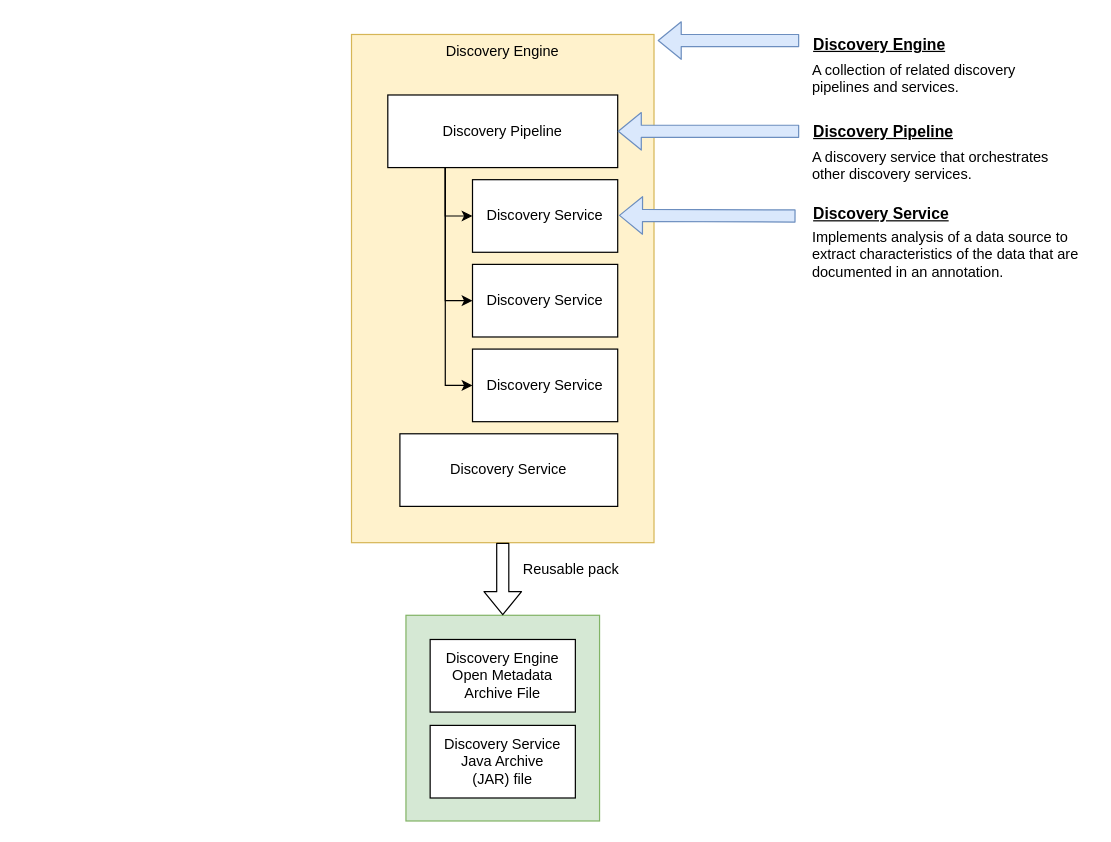
This is page "discovery-engine" (1 of 4) of open-metadata-implementation/governance-servers/discovery-engine-services/docs/open-discovery.drawio from planetf1/egeria, a draw.io file, before an edit. Source tidied: cells renumbered, new cells numbered last; positions are measured from the earlier drawing's top-left corner, leaving out a move shared by most shapes. Both pictures are drawn from the tidied source at 121%, with x=0, y=0 at pixel (351, 31).
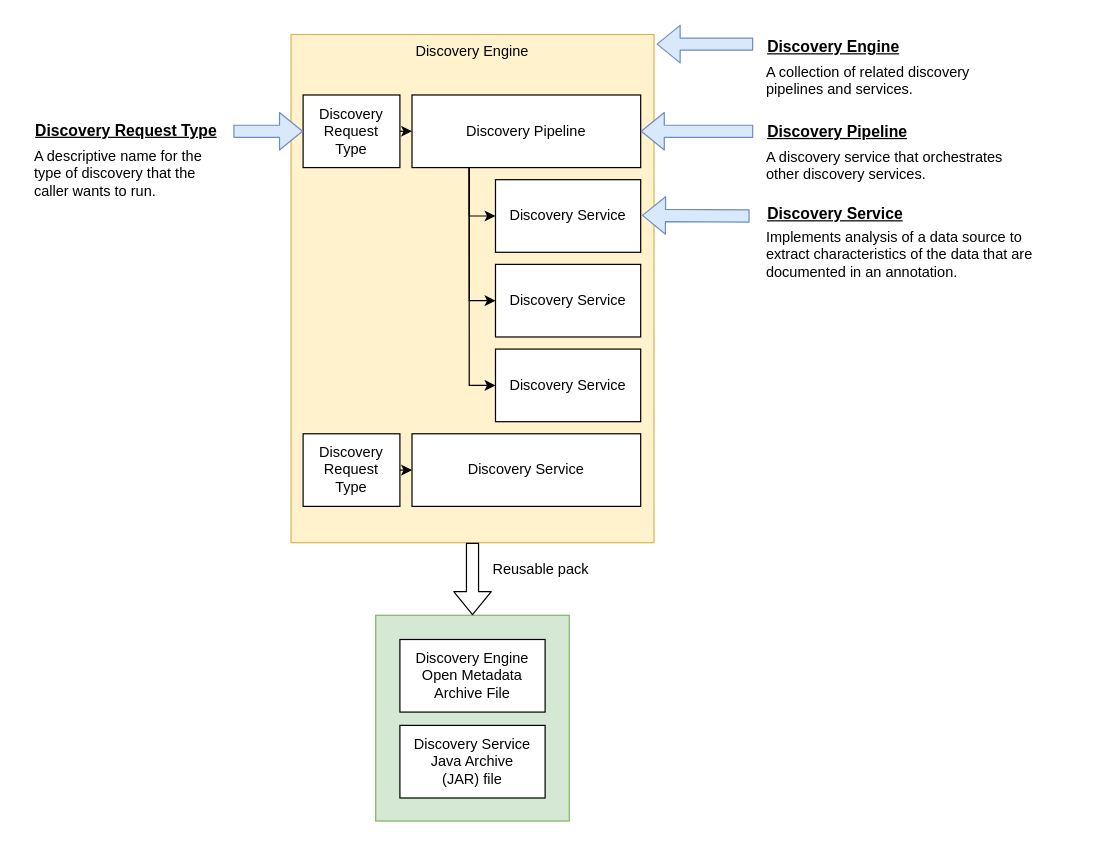
The same diagram, later.

Diff of the diagram source:
```diff
@@
     <mxCell id="2" style="rounded=0;whiteSpace=wrap;html=1;align=right;fillColor=#d5e8d4;strokeColor=#82b366;" parent="1" vertex="1">
-      <mxGeometry x="45" y="482" width="160" height="170" as="geometry" />
+      <mxGeometry x="20" y="482" width="160" height="170" as="geometry" />
     </mxCell>
     <mxCell id="3" value="Discovery Engine" style="rounded=0;whiteSpace=wrap;html=1;verticalAlign=top;fillColor=#fff2cc;strokeColor=#d6b656;" parent="1" vertex="1">
-      <mxGeometry y="2" width="250" height="420" as="geometry" />
+      <mxGeometry x="-50" y="2" width="300" height="420" as="geometry" />
     </mxCell>
     <mxCell id="4" value="Discovery Service" style="rounded=0;whiteSpace=wrap;html=1;" parent="1" vertex="1">
-      <mxGeometry x="100" y="122" width="120" height="60" as="geometry" />
+      <mxGeometry x="119" y="122" width="120" height="60" as="geometry" />
     </mxCell>
     <mxCell id="5" value="Discovery Service" style="rounded=0;whiteSpace=wrap;html=1;" parent="1" vertex="1">
-      <mxGeometry x="100" y="192" width="120" height="60" as="geometry" />
+      <mxGeometry x="119" y="192" width="120" height="60" as="geometry" />
     </mxCell>
     <mxCell id="6" value="Discovery Service" style="rounded=0;whiteSpace=wrap;html=1;" parent="1" vertex="1">
-      <mxGeometry x="100" y="262" width="120" height="60" as="geometry" />
+      <mxGeometry x="119" y="262" width="120" height="60" as="geometry" />
     </mxCell>
     <mxCell id="7" value="Discovery Service" style="rounded=0;whiteSpace=wrap;html=1;" parent="1" vertex="1">
-      <mxGeometry x="40" y="332" width="180" height="60" as="geometry" />
+      <mxGeometry x="50" y="332" width="189" height="60" as="geometry" />
     </mxCell>
@@
     <mxCell id="11" value="Discovery Pipeline" style="rounded=0;whiteSpace=wrap;html=1;" parent="1" vertex="1">
-      <mxGeometry x="30" y="52" width="190" height="60" as="geometry" />
+      <mxGeometry x="50" y="52" width="189" height="60" as="geometry" />
     </mxCell>
     <mxCell id="12" value="A collection of related discovery&lt;br&gt;pipelines and services." style="text;html=1;align=left;verticalAlign=top;spacingTop=0;spacingLeft=9;" parent="1" vertex="1">
-      <mxGeometry x="370" y="18" width="180" height="30" as="geometry" />
+      <mxGeometry x="332" y="20" width="180" height="30" as="geometry" />
     </mxCell>
     <mxCell id="13" value="A discovery service that orchestrates&lt;br&gt;other discovery services." style="text;html=1;align=left;verticalAlign=top;spacingTop=0;spacingLeft=9;" parent="1" vertex="1">
-      <mxGeometry x="370" y="90" width="210" height="30" as="geometry" />
+      <mxGeometry x="332" y="90" width="210" height="30" as="geometry" />
     </mxCell>
     <mxCell id="14" value="Implements analysis of a data source to&lt;br&gt;extract characteristics of the data that are&lt;br&gt;documented in an annotation.&amp;nbsp;" style="text;html=1;align=left;verticalAlign=top;spacingTop=0;spacingLeft=9;" parent="1" vertex="1">
-      <mxGeometry x="370" y="156" width="240" height="50" as="geometry" />
+      <mxGeometry x="332" y="156" width="240" height="50" as="geometry" />
     </mxCell>
     <mxCell id="15" value="Discovery Engine Open Metadata&lt;br&gt;Archive File" style="rounded=0;whiteSpace=wrap;html=1;" parent="1" vertex="1">
-      <mxGeometry x="65" y="502" width="120" height="60" as="geometry" />
+      <mxGeometry x="40" y="502" width="120" height="60" as="geometry" />
     </mxCell>
     <mxCell id="16" value="Discovery Service&lt;br&gt;Java Archive&lt;br&gt;(JAR) file" style="rounded=0;whiteSpace=wrap;html=1;" parent="1" vertex="1">
-      <mxGeometry x="65" y="573" width="120" height="60" as="geometry" />
+      <mxGeometry x="40" y="573" width="120" height="60" as="geometry" />
     </mxCell>
@@
     <mxCell id="18" value="Reusable pack" style="text;html=1;align=left;verticalAlign=top;spacingTop=-4;" parent="1" vertex="1">
-      <mxGeometry x="140" y="434" width="90" height="20" as="geometry" />
+      <mxGeometry x="115" y="434" width="90" height="20" as="geometry" />
     </mxCell>
-    <mxCell id="19" style="shape=flexArrow;endArrow=classic;html=1;fillColor=#dae8fc;fontSize=13;strokeColor=#6c8ebf;exitX=-0.008;exitY=0.35;exitDx=0;exitDy=0;exitPerimeter=0;" parent="1" edge="1" source="22">
+    <mxCell id="19" style="shape=flexArrow;endArrow=classic;html=1;fillColor=#dae8fc;fontSize=13;strokeColor=#6c8ebf;entryX=1.007;entryY=0.019;entryDx=0;entryDy=0;entryPerimeter=0;" parent="1" edge="1" target="3">
       <mxGeometry relative="1" as="geometry">
-        <mxPoint x="253" y="7" as="targetPoint" />
+        <mxPoint x="332" y="10" as="sourcePoint" />
       </mxGeometry>
     </mxCell>
@@
     <mxCell id="21" style="shape=flexArrow;endArrow=classic;html=1;fillColor=#dae8fc;fontSize=13;entryX=1;entryY=0.5;entryDx=0;entryDy=0;exitX=-0.033;exitY=0.6;exitDx=0;exitDy=0;exitPerimeter=0;strokeColor=#6c8ebf;" parent="1" edge="1" source="24">
       <mxGeometry relative="1" as="geometry">
-        <mxPoint x="221" y="151.5" as="targetPoint" />
+        <mxPoint x="240" y="151.5" as="targetPoint" />
       </mxGeometry>
     </mxCell>
     <mxCell id="22" value="Discovery Engine" style="text;html=1;points=[];align=left;verticalAlign=top;spacingTop=-4;fontSize=13;fontStyle=5;spacingLeft=9;" parent="1" vertex="1">
-      <mxGeometry x="371" width="120" height="20" as="geometry" />
+      <mxGeometry x="333" y="2" width="120" height="20" as="geometry" />
     </mxCell>
     <mxCell id="23" value="Discovery Pipeline" style="text;html=1;points=[];align=left;verticalAlign=top;spacingTop=-4;fontSize=13;fontStyle=5;spacingLeft=9;" parent="1" vertex="1">
-      <mxGeometry x="371" y="72" width="120" height="20" as="geometry" />
+      <mxGeometry x="333" y="72" width="120" height="20" as="geometry" />
     </mxCell>
     <mxCell id="24" value="Discovery Service" style="text;html=1;points=[];align=left;verticalAlign=top;spacingTop=-4;fontSize=13;fontStyle=5;spacingLeft=9;" parent="1" vertex="1">
-      <mxGeometry x="371" y="140" width="120" height="20" as="geometry" />
+      <mxGeometry x="333" y="140" width="120" height="20" as="geometry" />
     </mxCell>
+    <mxCell id="25" style="edgeStyle=orthogonalEdgeStyle;rounded=0;jettySize=auto;html=1;exitX=1;exitY=0.5;exitDx=0;exitDy=0;entryX=0;entryY=0.5;entryDx=0;entryDy=0;startArrow=none;startFill=0;endArrow=classic;endFill=1;fontColor=#000000;" parent="1" edge="1" source="26" target="11">
+      <mxGeometry relative="1" as="geometry" />
+    </mxCell>
+    <mxCell id="26" value="Discovery&lt;br&gt;Request&lt;br&gt;Type" style="rounded=0;whiteSpace=wrap;html=1;align=center;" parent="1" vertex="1">
+      <mxGeometry x="-40" y="52" width="80" height="60" as="geometry" />
+    </mxCell>
+    <mxCell id="27" value="Discovery&lt;br&gt;Request&lt;br&gt;Type" style="rounded=0;whiteSpace=wrap;html=1;align=center;" parent="1" vertex="1">
+      <mxGeometry x="-40" y="332" width="80" height="60" as="geometry" />
+    </mxCell>
+    <mxCell id="28" style="endArrow=classic;html=1;fontColor=#000000;entryX=0;entryY=0.5;entryDx=0;entryDy=0;" parent="1" edge="1" target="7">
+      <mxGeometry relative="1" as="geometry">
+        <mxPoint x="40" y="362" as="sourcePoint" />
+      </mxGeometry>
+    </mxCell>
+    <mxCell id="29" value="A descriptive name for the&lt;br&gt;type of discovery that the&lt;br&gt;caller wants to run." style="text;html=1;align=left;verticalAlign=top;spacingTop=0;spacingLeft=9;" parent="1" vertex="1">
+      <mxGeometry x="-273.1" y="89" width="160" height="50" as="geometry" />
+    </mxCell>
+    <mxCell id="30" style="shape=flexArrow;endArrow=classic;html=1;fillColor=#dae8fc;fontSize=13;strokeColor=#6c8ebf;exitX=1.026;exitY=0.55;exitDx=0;exitDy=0;exitPerimeter=0;entryX=0;entryY=0.5;entryDx=0;entryDy=0;" parent="1" edge="1" source="31" target="26">
+      <mxGeometry relative="1" as="geometry" />
+    </mxCell>
+    <mxCell id="31" value="Discovery Request Type" style="text;html=1;points=[];align=left;verticalAlign=top;spacingTop=-4;fontSize=13;fontStyle=5;spacingLeft=9;" parent="1" vertex="1">
+      <mxGeometry x="-272.1" y="71" width="170" height="20" as="geometry" />
+    </mxCell>
```
